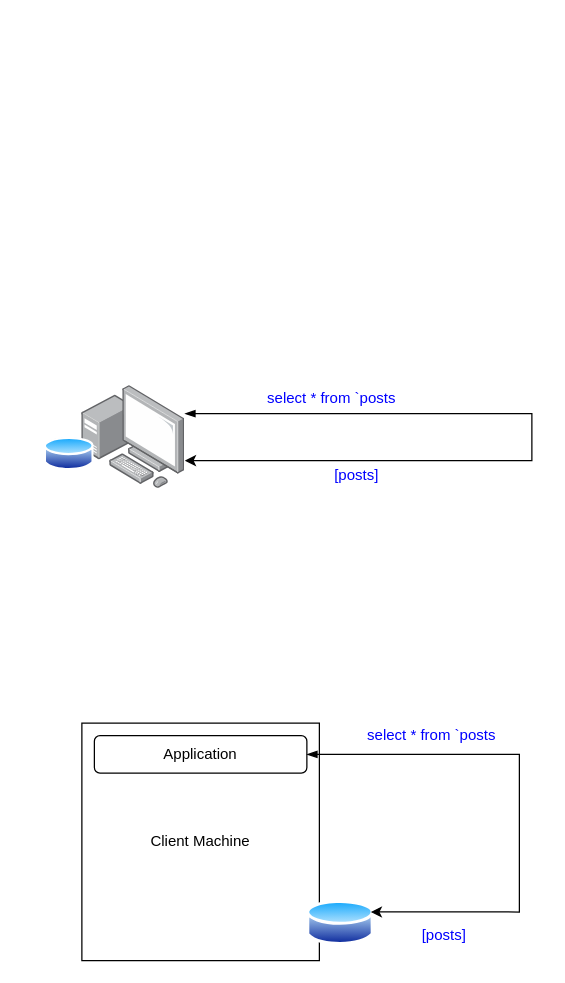
Holly919/node-db1-guided keeps this draw.io diagram as page "File-based DB" (2 of 4) of Untitled Diagram.drawio. Above is the earlier version. Source tidied: cells renumbered, new cells numbered last; positions are measured from the earlier drawing's top-left corner, leaving out a move shared by most shapes. Both pictures are drawn from the tidied source at 125%, with x=0, y=0 at pixel (44, 385).
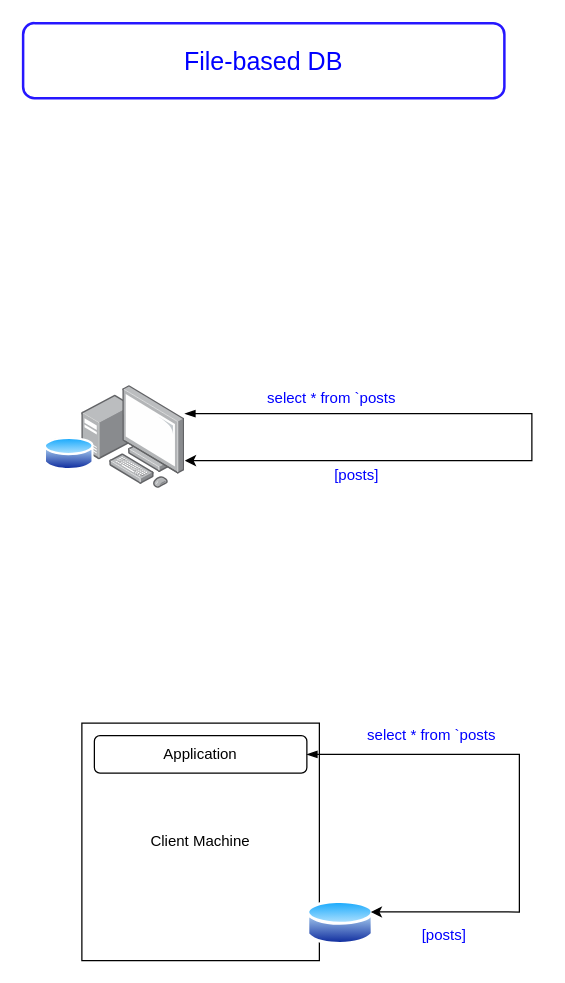
The same page after the edit.

Diff of the diagram source:
```diff
@@
 <mxGraphModel>
   <root>
     <mxCell id="0" />
     <mxCell id="1" parent="0" />
     <mxCell id="2" style="edgeStyle=orthogonalEdgeStyle;rounded=0;orthogonalLoop=1;jettySize=auto;html=1;startArrow=blockThin;startFill=1;" parent="1" edge="1" source="3" target="3">
       <mxGeometry relative="1" as="geometry">
         <Array as="points">
           <mxPoint x="390" y="60" />
         </Array>
       </mxGeometry>
     </mxCell>
     <mxCell id="3" style="points=[];html=1;align=center;shadow=0;dashed=0;image;image=img/lib/allied_telesis/computer_and_terminals/Personal_Computer_with_Server.svg;" parent="1" vertex="1">
       <mxGeometry x="30" width="82.4" height="82.4" as="geometry" />
     </mxCell>
     <mxCell id="4" style="perimeter=ellipsePerimeter;html=1;align=center;shadow=0;dashed=0;spacingTop=3;image;image=img/lib/active_directory/database.svg;" parent="1" vertex="1">
       <mxGeometry y="40" width="40" height="29.6" as="geometry" />
     </mxCell>
     <mxCell id="5" value="Client Machine" style="whiteSpace=wrap;html=1;" parent="1" vertex="1">
       <mxGeometry x="30" y="270" width="190" height="190" as="geometry" />
     </mxCell>
     <mxCell id="6" value="Application" style="rounded=1;whiteSpace=wrap;html=1;" parent="1" vertex="1">
       <mxGeometry x="40" y="280" width="170" height="30" as="geometry" />
     </mxCell>
     <mxCell id="7" style="perimeter=ellipsePerimeter;html=1;align=center;shadow=0;dashed=0;spacingTop=3;image;image=img/lib/active_directory/database.svg;" parent="1" vertex="1">
       <mxGeometry x="210" y="410" width="54" height="40" as="geometry" />
     </mxCell>
     <mxCell id="8" value="select * from `posts" style="text;html=1;strokeColor=none;fillColor=none;align=center;verticalAlign=middle;whiteSpace=wrap;rounded=0;fontSize=12;fontColor=#0000FF;" parent="1" vertex="1">
       <mxGeometry x="170" width="120" height="20" as="geometry" />
     </mxCell>
     <mxCell id="9" value="[posts]" style="text;html=1;strokeColor=none;fillColor=none;align=center;verticalAlign=middle;whiteSpace=wrap;rounded=0;fontSize=12;fontColor=#0000FF;" parent="1" vertex="1">
       <mxGeometry x="190" y="62.4" width="120" height="20" as="geometry" />
     </mxCell>
     <mxCell id="10" style="edgeStyle=orthogonalEdgeStyle;rounded=0;jettySize=auto;html=1;startArrow=blockThin;startFill=1;entryX=1;entryY=0.25;entryDx=0;entryDy=0;exitX=1;exitY=0.5;exitDx=0;exitDy=0;" parent="1" edge="1" source="6" target="7">
       <mxGeometry relative="1" as="geometry">
         <Array as="points">
           <mxPoint x="380" y="295" />
           <mxPoint x="380" y="421" />
         </Array>
       </mxGeometry>
     </mxCell>
     <mxCell id="11" value="select * from `posts" style="text;html=1;strokeColor=none;fillColor=none;align=center;verticalAlign=middle;whiteSpace=wrap;rounded=0;fontSize=12;fontColor=#0000FF;" parent="1" vertex="1">
       <mxGeometry x="250" y="270" width="120" height="20" as="geometry" />
     </mxCell>
     <mxCell id="12" value="[posts]" style="text;html=1;strokeColor=none;fillColor=none;align=center;verticalAlign=middle;whiteSpace=wrap;rounded=0;fontSize=12;fontColor=#0000FF;" parent="1" vertex="1">
       <mxGeometry x="260" y="430" width="120" height="20" as="geometry" />
     </mxCell>
+    <mxCell id="13" value="File-based DB" style="rounded=1;whiteSpace=wrap;html=1;strokeWidth=2;fillColor=none;fontSize=20;fontColor=#0000FF;strokeColor=#2617FF;" parent="1" vertex="1">
+      <mxGeometry x="-17" y="-290" width="385" height="60" as="geometry" />
+    </mxCell>
   </root>
 </mxGraphModel>
```
